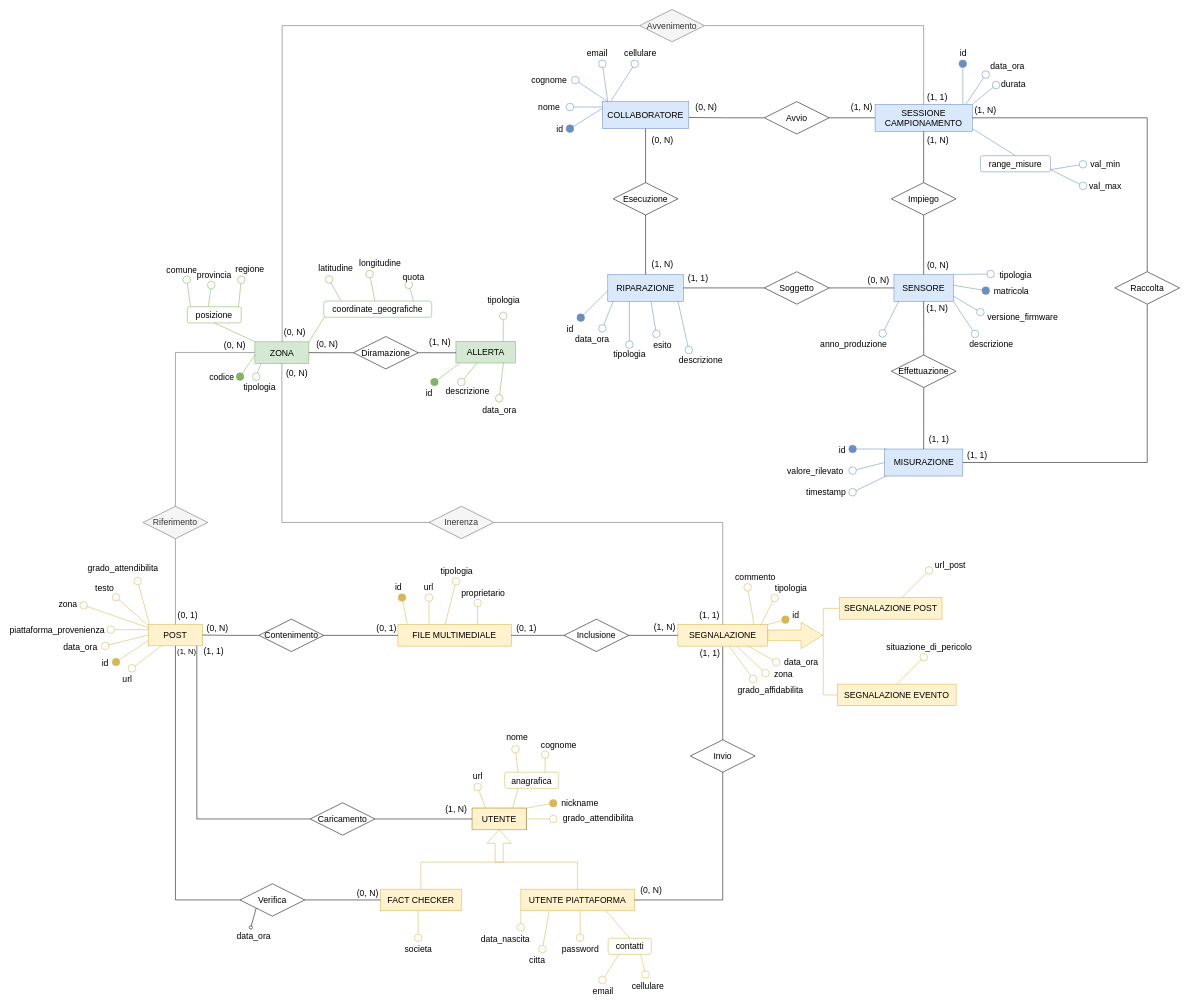
Before: page "Diagramma completo" (7 of 7) of diagramma-er.drawio in faffolao/ProgettoBD2022, a draw.io diagram. Source tidied: cells renumbered, new cells numbered last; positions are measured from the earlier drawing's top-left corner, leaving out a move shared by most shapes. Both pictures are drawn from the tidied source at 54%, with x=0, y=0 at pixel (83, 9).
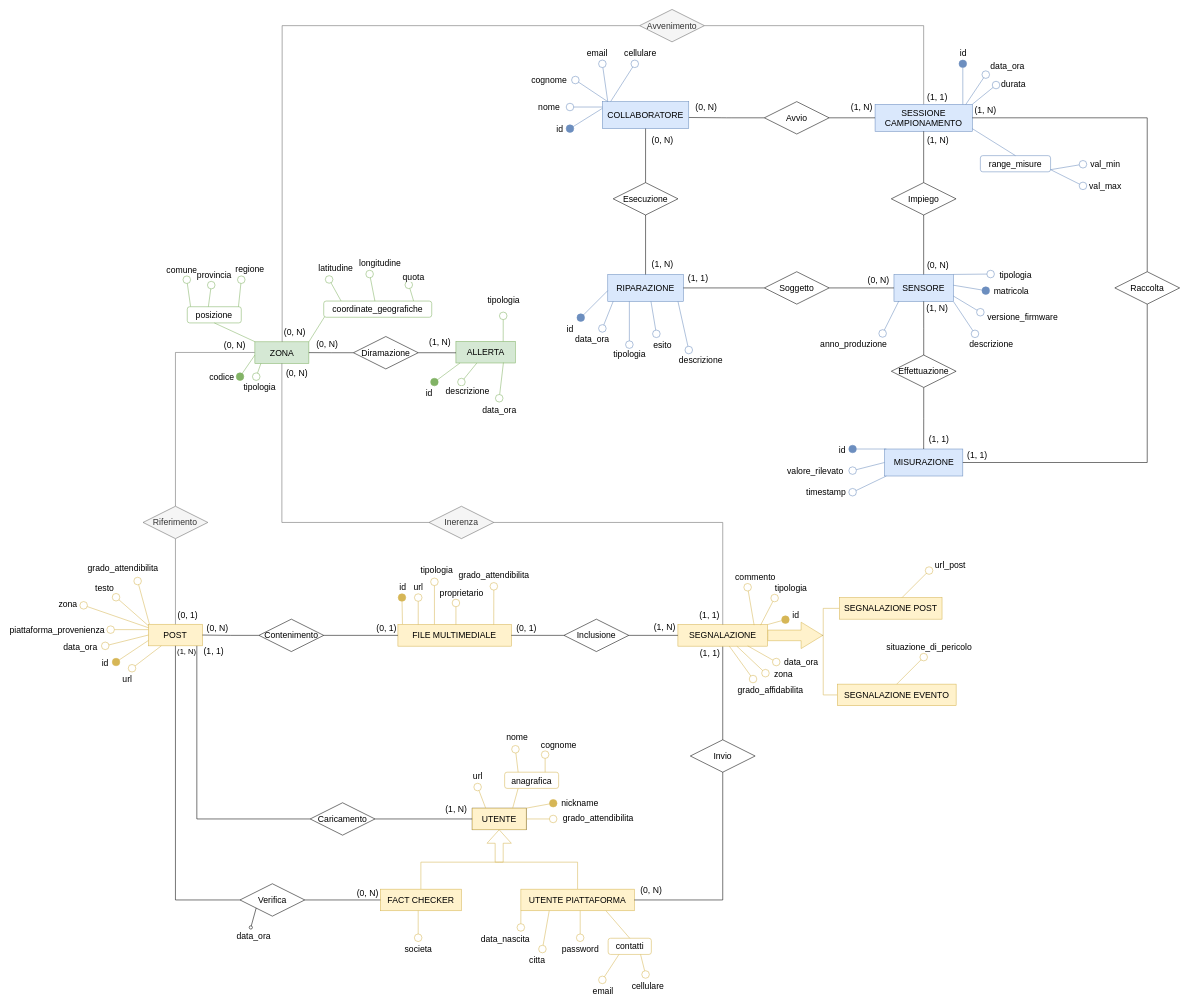
The same diagram, later.

Commit message (it also covers changes not shown here):
aggiunto attributo grado attendibilità in file multimediale

Unchanged cells that the change refers to:
```xml
<mxCell id="184" value="FILE MULTIMEDIALE" style="whiteSpace=wrap;html=1;align=center;fontSize=16;fillColor=#fff2cc;strokeColor=#d6b656;" parent="1" vertex="1">
  <mxGeometry x="582.4" y="1139.1" width="210" height="40" as="geometry" />
</mxCell>
```

The edit, as a diff of the source:
```diff
@@
-    <mxCell id="190" style="endArrow=oval;html=1;rounded=0;strokeColor=#d6b656;strokeWidth=1;fontSize=12;startSize=14;endSize=14;endFill=1;fillColor=#fff2cc;" parent="1" edge="1">
+    <mxCell id="190" style="endArrow=oval;html=1;rounded=0;strokeColor=#d6b656;strokeWidth=1;fontSize=12;startSize=14;endSize=14;endFill=1;fillColor=#fff2cc;exitX=0.04;exitY=-0.019;exitDx=0;exitDy=0;exitPerimeter=0;" parent="1" edge="1" source="184">
       <mxGeometry relative="1" as="geometry">
-        <mxPoint x="599.9" y="1139.1" as="sourcePoint" />
         <mxPoint x="589.9" y="1089.1" as="targetPoint" />
       </mxGeometry>
     </mxCell>
     <mxCell id="191" value="id" style="edgeLabel;html=1;align=center;verticalAlign=middle;fontSize=16;" parent="190" vertex="1">
       <mxGeometry x="0.48" y="2" relative="1" as="geometry">
-        <mxPoint x="-8" y="-34" as="offset" />
+        <mxPoint x="2" y="-34" as="offset" />
       </mxGeometry>
     </mxCell>
     <mxCell id="192" style="endArrow=oval;html=1;rounded=0;strokeColor=#d6b656;strokeWidth=1;fontSize=12;startSize=14;endSize=14;endFill=0;fillColor=#fff2cc;" parent="1" edge="1">
       <mxGeometry relative="1" as="geometry">
-        <mxPoint x="639.9" y="1139.1" as="sourcePoint" />
-        <mxPoint x="639.9" y="1089.1" as="targetPoint" />
+        <mxPoint x="620" y="1139.1" as="sourcePoint" />
+        <mxPoint x="620" y="1089.1" as="targetPoint" />
       </mxGeometry>
     </mxCell>
@@
-    <mxCell id="194" style="endArrow=oval;html=1;rounded=0;strokeColor=#d6b656;strokeWidth=1;fontSize=12;startSize=14;endSize=14;endFill=0;fillColor=#fff2cc;" parent="1" edge="1">
+    <mxCell id="194" style="endArrow=oval;html=1;rounded=0;strokeColor=#d6b656;strokeWidth=1;fontSize=12;startSize=14;endSize=14;endFill=0;fillColor=#fff2cc;exitX=0.322;exitY=-0.012;exitDx=0;exitDy=0;exitPerimeter=0;" parent="1" edge="1" source="184">
       <mxGeometry relative="1" as="geometry">
-        <mxPoint x="669.9" y="1139.1" as="sourcePoint" />
-        <mxPoint x="689.9" y="1059.1" as="targetPoint" />
+        <mxPoint x="650" y="1060" as="targetPoint" />
       </mxGeometry>
     </mxCell>
     <mxCell id="195" value="tipologia" style="edgeLabel;html=1;align=center;verticalAlign=middle;fontSize=16;" parent="194" vertex="1">
       <mxGeometry x="0.75" y="-2" relative="1" as="geometry">
-        <mxPoint x="1" y="-30" as="offset" />
+        <mxPoint x="1" y="-32" as="offset" />
       </mxGeometry>
     </mxCell>
     <mxCell id="196" style="endArrow=oval;html=1;rounded=0;strokeColor=#d6b656;strokeWidth=1;fontSize=12;startSize=14;endSize=14;endFill=0;fillColor=#fff2cc;" parent="1" edge="1">
       <mxGeometry relative="1" as="geometry">
-        <mxPoint x="729.9" y="1139.1" as="sourcePoint" />
-        <mxPoint x="729.9" y="1099.1" as="targetPoint" />
+        <mxPoint x="689.8" y="1139.1" as="sourcePoint" />
+        <mxPoint x="689.8" y="1099.1" as="targetPoint" />
       </mxGeometry>
     </mxCell>
@@
+    <mxCell id="240" style="endArrow=oval;html=1;rounded=0;strokeColor=#d6b656;strokeWidth=1;fontSize=12;startSize=14;endSize=14;endFill=0;fillColor=#fff2cc;exitX=0.845;exitY=0.001;exitDx=0;exitDy=0;exitPerimeter=0;" parent="1" edge="1" source="184">
+      <mxGeometry relative="1" as="geometry">
+        <mxPoint x="760" y="1068.3" as="targetPoint" />
+      </mxGeometry>
+    </mxCell>
+    <mxCell id="241" value="grado_attendibilita" style="edgeLabel;html=1;align=center;verticalAlign=middle;fontSize=16;" parent="240" vertex="1">
+      <mxGeometry x="0.54" relative="1" as="geometry">
+        <mxPoint y="-38" as="offset" />
+      </mxGeometry>
+    </mxCell>
```
